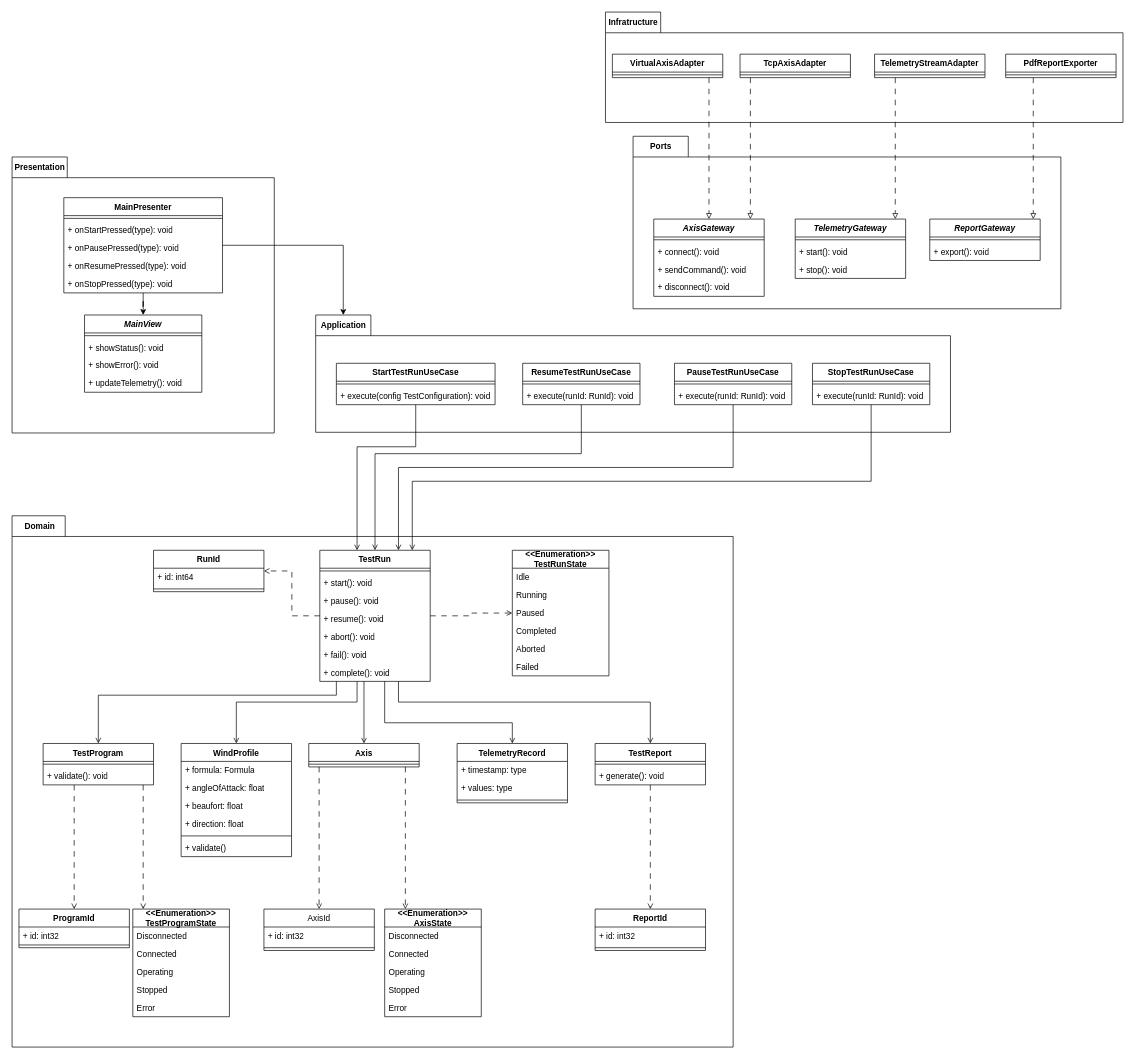
Earlier version of the draw.io diagram page "ДК" (10 of 10) of docs/diagrams/analytics-artifacts.drawio (TarkWight/uas-test-system). Source tidied: cells renumbered, new cells numbered last; positions are measured from the earlier drawing's top-left corner, leaving out a move shared by most shapes. Both pictures are drawn from the tidied source at 69%, with x=0, y=0 at pixel (12, 12).
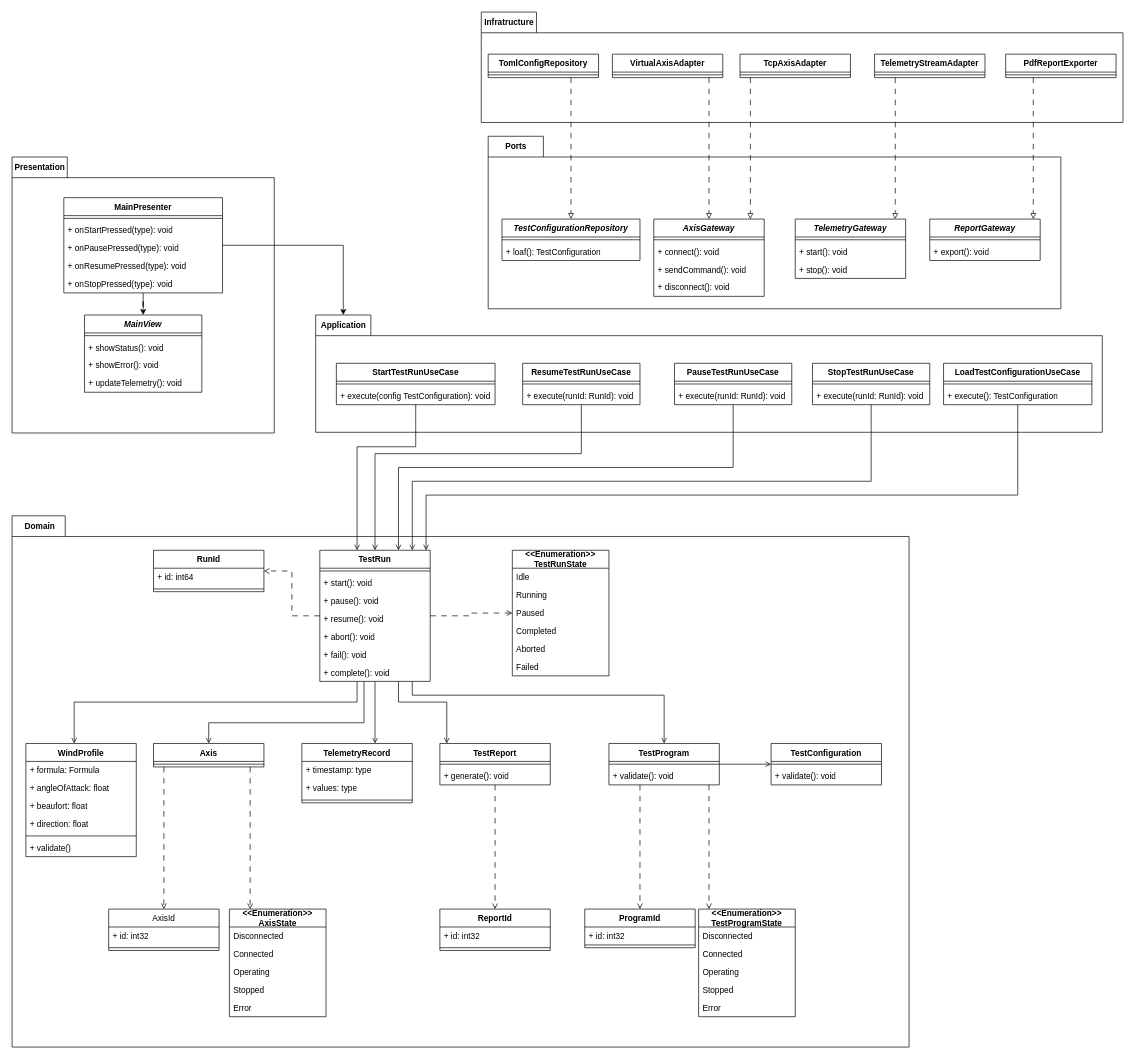
Above is the later version.

The change refers to these unchanged cells:
```xml
<mxCell id="68" value="TestRun" style="swimlane;fontStyle=1;align=center;verticalAlign=top;horizontal=1;startSize=26;whiteSpace=wrap;html=1;" parent="1" vertex="1">
  <mxGeometry x="446" y="780" width="160" height="190" as="geometry" />
</mxCell>
```

The edit, as a diff of the source:
```diff
@@
     <mxCell id="2" style="shape=folder;fontStyle=1;spacingTop=10;tabWidth=60;tabHeight=30;tabPosition=left;html=1;whiteSpace=wrap;" parent="1" vertex="1">
-      <mxGeometry y="730" width="1045" height="770" as="geometry" />
+      <mxGeometry y="730" width="1300" height="770" as="geometry" />
     </mxCell>
     <mxCell id="3" style="shape=folder;fontStyle=1;spacingTop=10;tabWidth=80;tabHeight=30;tabPosition=left;html=1;whiteSpace=wrap;" parent="1" vertex="1">
-      <mxGeometry x="900" y="180" width="620" height="250" as="geometry" />
+      <mxGeometry x="690" y="180" width="830" height="250" as="geometry" />
     </mxCell>
     <mxCell id="4" style="shape=folder;fontStyle=1;spacingTop=10;tabWidth=80;tabHeight=30;tabPosition=left;html=1;whiteSpace=wrap;" parent="1" vertex="1">
-      <mxGeometry x="860" width="750" height="160" as="geometry" />
+      <mxGeometry x="680" width="930" height="160" as="geometry" />
     </mxCell>
@@
     <mxCell id="20" style="shape=folder;fontStyle=1;spacingTop=10;tabWidth=80;tabHeight=30;tabPosition=left;html=1;whiteSpace=wrap;" parent="1" vertex="1">
-      <mxGeometry x="440" y="439" width="920" height="170" as="geometry" />
+      <mxGeometry x="440" y="439" width="1140" height="170" as="geometry" />
     </mxCell>
@@
     <mxCell id="64" style="edgeStyle=orthogonalEdgeStyle;rounded=0;jettySize=auto;html=1;endArrow=open;endFill=0;jumpStyle=arc;" parent="1" edge="1" source="68" target="93">
       <mxGeometry relative="1" as="geometry">
         <Array as="points">
-          <mxPoint x="470" y="990" />
-          <mxPoint x="125" y="990" />
+          <mxPoint x="580" y="990" />
+          <mxPoint x="945" y="990" />
         </Array>
       </mxGeometry>
     </mxCell>
     <mxCell id="65" style="edgeStyle=orthogonalEdgeStyle;rounded=0;jettySize=auto;html=1;endArrow=open;endFill=0;jumpStyle=arc;" parent="1" edge="1" source="68" target="76">
       <mxGeometry relative="1" as="geometry">
         <Array as="points">
           <mxPoint x="500" y="1000" />
-          <mxPoint x="325" y="1000" />
+          <mxPoint x="90" y="1000" />
         </Array>
       </mxGeometry>
     </mxCell>
     <mxCell id="66" style="edgeStyle=orthogonalEdgeStyle;rounded=0;jettySize=auto;html=1;endArrow=open;endFill=0;jumpStyle=arc;" parent="1" edge="1" source="68" target="83">
       <mxGeometry relative="1" as="geometry">
         <Array as="points">
-          <mxPoint x="540" y="1030" />
-          <mxPoint x="725" y="1030" />
+          <mxPoint x="540" y="1060" />
+          <mxPoint x="540" y="1060" />
         </Array>
       </mxGeometry>
     </mxCell>
     <mxCell id="67" style="edgeStyle=orthogonalEdgeStyle;rounded=0;jettySize=auto;html=1;endArrow=open;endFill=0;jumpStyle=arc;" parent="1" edge="1" source="68" target="88">
       <mxGeometry relative="1" as="geometry">
         <Array as="points">
           <mxPoint x="560" y="1000" />
-          <mxPoint x="925" y="1000" />
+          <mxPoint x="630" y="1000" />
         </Array>
       </mxGeometry>
     </mxCell>
@@
     <mxCell id="76" value="WindProfile" style="swimlane;fontStyle=1;align=center;verticalAlign=top;horizontal=1;startSize=26;whiteSpace=wrap;html=1;" parent="1" vertex="1">
-      <mxGeometry x="245" y="1060" width="160" height="164" as="geometry" />
+      <mxGeometry x="20" y="1060" width="160" height="164" as="geometry" />
     </mxCell>
@@
     <mxCell id="83" value="TelemetryRecord" style="swimlane;fontStyle=1;align=center;verticalAlign=top;horizontal=1;startSize=26;whiteSpace=wrap;html=1;" parent="1" vertex="1">
-      <mxGeometry x="645" y="1060" width="160" height="86" as="geometry" />
+      <mxGeometry x="420" y="1060" width="160" height="86" as="geometry" />
     </mxCell>
@@
     <mxCell id="88" value="TestReport" style="swimlane;fontStyle=1;align=center;verticalAlign=top;horizontal=1;startSize=26;whiteSpace=wrap;html=1;" parent="1" vertex="1">
-      <mxGeometry x="845" y="1060" width="160" height="60" as="geometry" />
+      <mxGeometry x="620" y="1060" width="160" height="60" as="geometry" />
     </mxCell>
@@
     <mxCell id="91" style="edgeStyle=orthogonalEdgeStyle;rounded=0;jettySize=auto;html=1;dashed=1;dashPattern=8 8;endArrow=open;endFill=0;jumpStyle=arc;" parent="1" edge="1" source="93" target="119">
       <mxGeometry relative="1" as="geometry">
         <Array as="points">
-          <mxPoint x="90" y="1170" />
-          <mxPoint x="90" y="1170" />
+          <mxPoint x="910" y="1170" />
+          <mxPoint x="910" y="1170" />
         </Array>
       </mxGeometry>
     </mxCell>
     <mxCell id="92" style="edgeStyle=orthogonalEdgeStyle;rounded=0;jettySize=auto;html=1;dashed=1;dashPattern=8 8;endArrow=open;endFill=0;jumpStyle=arc;" parent="1" edge="1" source="93" target="126">
       <mxGeometry relative="1" as="geometry">
         <Array as="points">
-          <mxPoint x="190" y="1190" />
-          <mxPoint x="190" y="1190" />
+          <mxPoint x="1010" y="1190" />
+          <mxPoint x="1010" y="1190" />
         </Array>
       </mxGeometry>
     </mxCell>
+    <mxCell id="135" style="edgeStyle=orthogonalEdgeStyle;rounded=0;jettySize=auto;html=1;endArrow=open;endFill=0;" parent="1" edge="1" source="93" target="146">
+      <mxGeometry relative="1" as="geometry" />
+    </mxCell>
     <mxCell id="93" value="TestProgram" style="swimlane;fontStyle=1;align=center;verticalAlign=top;horizontal=1;startSize=26;whiteSpace=wrap;html=1;" parent="1" vertex="1">
-      <mxGeometry x="45" y="1060" width="160" height="60" as="geometry" />
+      <mxGeometry x="865" y="1060" width="160" height="60" as="geometry" />
     </mxCell>
@@
     <mxCell id="96" style="edgeStyle=orthogonalEdgeStyle;rounded=0;jettySize=auto;html=1;dashed=1;dashPattern=8 8;endArrow=open;endFill=0;jumpStyle=arc;" parent="1" edge="1" source="98" target="113">
       <mxGeometry relative="1" as="geometry">
         <Array as="points">
-          <mxPoint x="445" y="1140" />
-          <mxPoint x="445" y="1140" />
+          <mxPoint x="220" y="1140" />
+          <mxPoint x="220" y="1140" />
         </Array>
       </mxGeometry>
     </mxCell>
     <mxCell id="97" style="edgeStyle=orthogonalEdgeStyle;rounded=0;jettySize=auto;html=1;dashed=1;dashPattern=8 8;endArrow=open;endFill=0;jumpStyle=arc;" parent="1" edge="1" source="98" target="107">
       <mxGeometry relative="1" as="geometry">
         <Array as="points">
-          <mxPoint x="570" y="1250" />
-          <mxPoint x="570" y="1250" />
+          <mxPoint x="345" y="1250" />
+          <mxPoint x="345" y="1250" />
         </Array>
       </mxGeometry>
     </mxCell>
     <mxCell id="98" value="Axis" style="swimlane;fontStyle=1;align=center;verticalAlign=top;horizontal=1;startSize=26;whiteSpace=wrap;html=1;" parent="1" vertex="1">
-      <mxGeometry x="430" y="1060" width="160" height="34" as="geometry" />
+      <mxGeometry x="205" y="1060" width="160" height="34" as="geometry" />
     </mxCell>
@@
     <mxCell id="107" value="&lt;div&gt;&lt;div&gt;&lt;b&gt;&amp;lt;&amp;lt;Enumeration&amp;gt;&amp;gt;&lt;/b&gt;&lt;/div&gt;&lt;/div&gt;&lt;b&gt;AxisState&lt;/b&gt;" style="swimlane;fontStyle=0;horizontal=1;startSize=26;fillColor=none;whiteSpace=wrap;html=1;" parent="1" vertex="1">
-      <mxGeometry x="540" y="1300" width="140" height="156" as="geometry" />
+      <mxGeometry x="315" y="1300" width="140" height="156" as="geometry" />
     </mxCell>
@@
     <mxCell id="113" value="AxisId" style="swimlane;fontStyle=0;align=center;verticalAlign=top;horizontal=1;startSize=26;whiteSpace=wrap;html=1;" parent="1" vertex="1">
-      <mxGeometry x="365" y="1300" width="160" height="60" as="geometry" />
+      <mxGeometry x="140" y="1300" width="160" height="60" as="geometry" />
     </mxCell>
@@
     <mxCell id="119" value="ProgramId" style="swimlane;fontStyle=1;align=center;verticalAlign=top;horizontal=1;startSize=26;whiteSpace=wrap;html=1;" parent="1" vertex="1">
-      <mxGeometry x="10" y="1300" width="160" height="56" as="geometry" />
+      <mxGeometry x="830" y="1300" width="160" height="56" as="geometry" />
     </mxCell>
@@
     <mxCell id="122" value="ReportId" style="swimlane;fontStyle=1;align=center;verticalAlign=top;horizontal=1;startSize=26;whiteSpace=wrap;html=1;" parent="1" vertex="1">
-      <mxGeometry x="845" y="1300" width="160" height="60" as="geometry" />
+      <mxGeometry x="620" y="1300" width="160" height="60" as="geometry" />
     </mxCell>
@@
     <mxCell id="125" value="Infratructure" style="text;align=center;fontStyle=1;verticalAlign=middle;spacingLeft=3;spacingRight=3;strokeColor=none;html=1;" parent="1" vertex="1">
-      <mxGeometry x="860" width="80" height="30" as="geometry" />
+      <mxGeometry x="680" width="80" height="30" as="geometry" />
     </mxCell>
     <mxCell id="126" value="&lt;div&gt;&lt;div&gt;&lt;b&gt;&amp;lt;&amp;lt;Enumeration&amp;gt;&amp;gt;&lt;/b&gt;&lt;/div&gt;&lt;/div&gt;&lt;span style=&quot;font-weight: 700;&quot;&gt;TestProgram&lt;/span&gt;&lt;b&gt;State&lt;/b&gt;" style="swimlane;fontStyle=0;horizontal=1;startSize=26;fillColor=none;whiteSpace=wrap;html=1;" parent="1" vertex="1">
-      <mxGeometry x="175" y="1300" width="140" height="156" as="geometry" />
+      <mxGeometry x="995" y="1300" width="140" height="156" as="geometry" />
     </mxCell>
@@
     <mxCell id="132" style="edgeStyle=orthogonalEdgeStyle;rounded=0;jettySize=auto;html=1;endArrow=open;endFill=0;" parent="1" edge="1" source="68" target="98">
       <mxGeometry relative="1" as="geometry">
         <Array as="points">
-          <mxPoint x="510" y="1000" />
-          <mxPoint x="510" y="1000" />
+          <mxPoint x="510" y="1030" />
+          <mxPoint x="285" y="1030" />
         </Array>
       </mxGeometry>
     </mxCell>
     <mxCell id="133" value="Ports" style="text;align=center;fontStyle=1;verticalAlign=middle;spacingLeft=3;spacingRight=3;strokeColor=none;html=1;" parent="1" vertex="1">
-      <mxGeometry x="900" y="180" width="80" height="30" as="geometry" />
+      <mxGeometry x="690" y="180" width="80" height="30" as="geometry" />
     </mxCell>
@@
+    <mxCell id="136" style="edgeStyle=orthogonalEdgeStyle;rounded=0;jettySize=auto;html=1;endArrow=open;endFill=0;" parent="1" edge="1" source="137" target="68">
+      <mxGeometry relative="1" as="geometry">
+        <Array as="points">
+          <mxPoint x="1458" y="700" />
+          <mxPoint x="600" y="700" />
+        </Array>
+      </mxGeometry>
+    </mxCell>
+    <mxCell id="137" value="Load&lt;span style=&quot;text-align: left;&quot;&gt;TestConfiguration&lt;/span&gt;UseCase" style="swimlane;fontStyle=1;align=center;verticalAlign=top;horizontal=1;startSize=26;whiteSpace=wrap;html=1;" parent="1" vertex="1">
+      <mxGeometry x="1350" y="509" width="215" height="60" as="geometry" />
+    </mxCell>
+    <mxCell id="138" style="line;strokeWidth=1;fillColor=none;align=left;verticalAlign=middle;spacingTop=-1;spacingLeft=3;spacingRight=3;labelPosition=right;strokeColor=inherit;" parent="137" vertex="1">
+      <mxGeometry y="26" width="215" height="8" as="geometry" />
+    </mxCell>
+    <mxCell id="139" value="+ execute(): TestConfiguration" style="text;strokeColor=none;fillColor=none;align=left;verticalAlign=top;spacingLeft=4;spacingRight=4;overflow=hidden;whiteSpace=wrap;html=1;" parent="137" vertex="1">
+      <mxGeometry y="34" width="215" height="26" as="geometry" />
+    </mxCell>
+    <mxCell id="140" value="&lt;i&gt;TestConfigurationRepository&lt;/i&gt;" style="swimlane;fontStyle=1;align=center;verticalAlign=top;horizontal=1;startSize=26;whiteSpace=wrap;html=1;" parent="1" vertex="1">
+      <mxGeometry x="710" y="300" width="200" height="60" as="geometry" />
+    </mxCell>
+    <mxCell id="141" style="line;strokeWidth=1;fillColor=none;align=left;verticalAlign=middle;spacingTop=-1;spacingLeft=3;spacingRight=3;labelPosition=right;strokeColor=inherit;" parent="140" vertex="1">
+      <mxGeometry y="26" width="200" height="8" as="geometry" />
+    </mxCell>
+    <mxCell id="142" value="+ loaf(): TestConfiguration" style="text;strokeColor=none;fillColor=none;align=left;verticalAlign=top;spacingLeft=4;spacingRight=4;overflow=hidden;whiteSpace=wrap;html=1;" parent="140" vertex="1">
+      <mxGeometry y="34" width="200" height="26" as="geometry" />
+    </mxCell>
+    <mxCell id="143" style="edgeStyle=orthogonalEdgeStyle;rounded=0;jettySize=auto;html=1;dashed=1;dashPattern=8 8;endArrow=block;endFill=0;" parent="1" edge="1" source="144" target="140">
+      <mxGeometry relative="1" as="geometry">
+        <Array as="points">
+          <mxPoint x="810" y="150" />
+          <mxPoint x="810" y="150" />
+        </Array>
+      </mxGeometry>
+    </mxCell>
+    <mxCell id="144" value="TomlConfigRepository" style="swimlane;fontStyle=1;align=center;verticalAlign=top;horizontal=1;startSize=26;whiteSpace=wrap;html=1;" parent="1" vertex="1">
+      <mxGeometry x="690" y="61" width="160" height="34" as="geometry" />
+    </mxCell>
+    <mxCell id="145" style="line;strokeWidth=1;fillColor=none;align=left;verticalAlign=middle;spacingTop=-1;spacingLeft=3;spacingRight=3;labelPosition=right;strokeColor=inherit;" parent="144" vertex="1">
+      <mxGeometry y="26" width="160" height="8" as="geometry" />
+    </mxCell>
+    <mxCell id="146" value="TestConfiguration" style="swimlane;fontStyle=1;align=center;verticalAlign=top;horizontal=1;startSize=26;whiteSpace=wrap;html=1;" parent="1" vertex="1">
+      <mxGeometry x="1100" y="1060" width="160" height="60" as="geometry" />
+    </mxCell>
+    <mxCell id="147" style="line;strokeWidth=1;fillColor=none;align=left;verticalAlign=middle;spacingTop=-1;spacingLeft=3;spacingRight=3;labelPosition=right;strokeColor=inherit;" parent="146" vertex="1">
+      <mxGeometry y="26" width="160" height="8" as="geometry" />
+    </mxCell>
+    <mxCell id="148" value="+ validate(): void" style="text;strokeColor=none;fillColor=none;align=left;verticalAlign=top;spacingLeft=4;spacingRight=4;overflow=hidden;whiteSpace=wrap;html=1;" parent="146" vertex="1">
+      <mxGeometry y="34" width="160" height="26" as="geometry" />
+    </mxCell>
```
